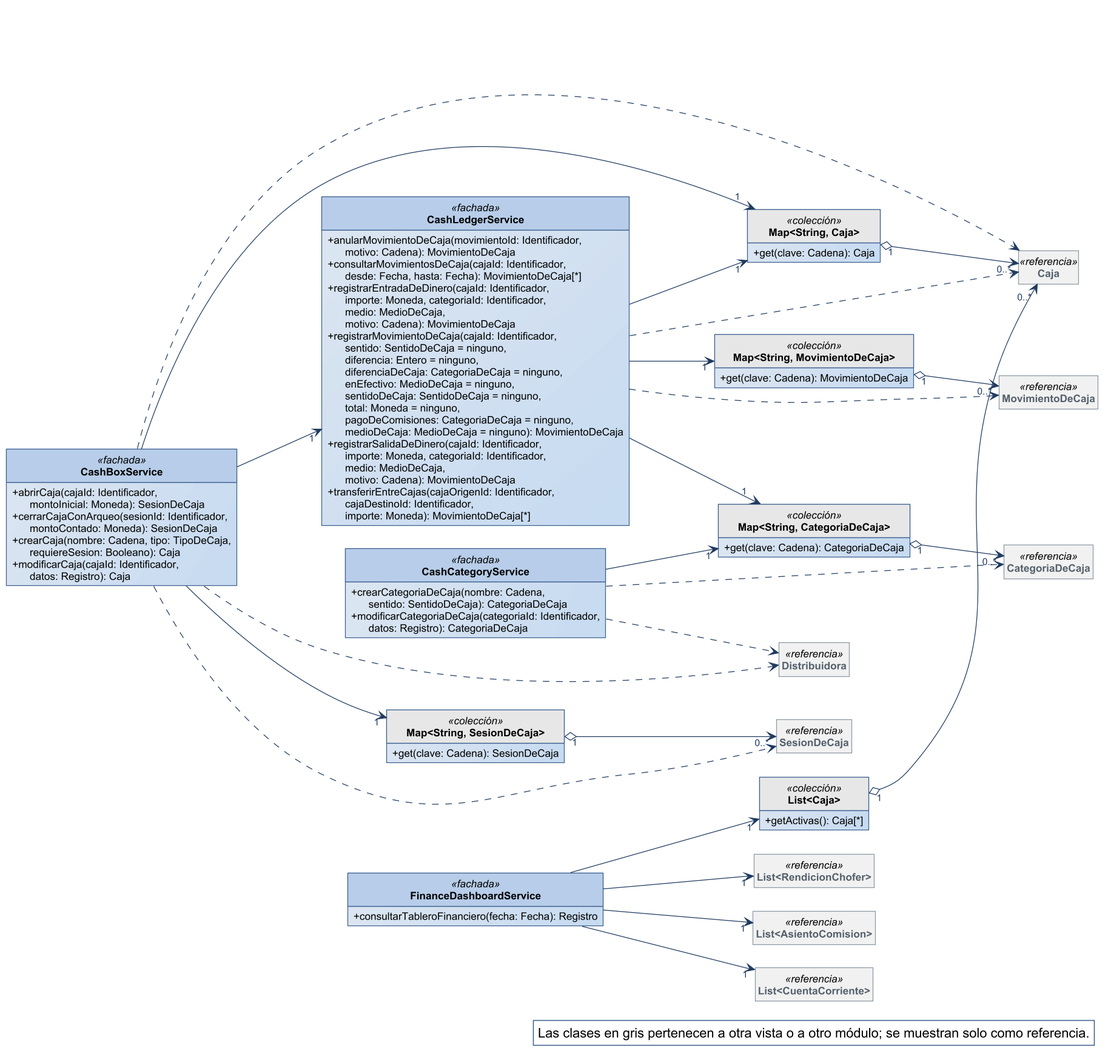
The PlantUML diagram diagramas/clases-diseno/DC_Mod_Caja.png in Nahuelito-Dev/splg-docs, before a commit.
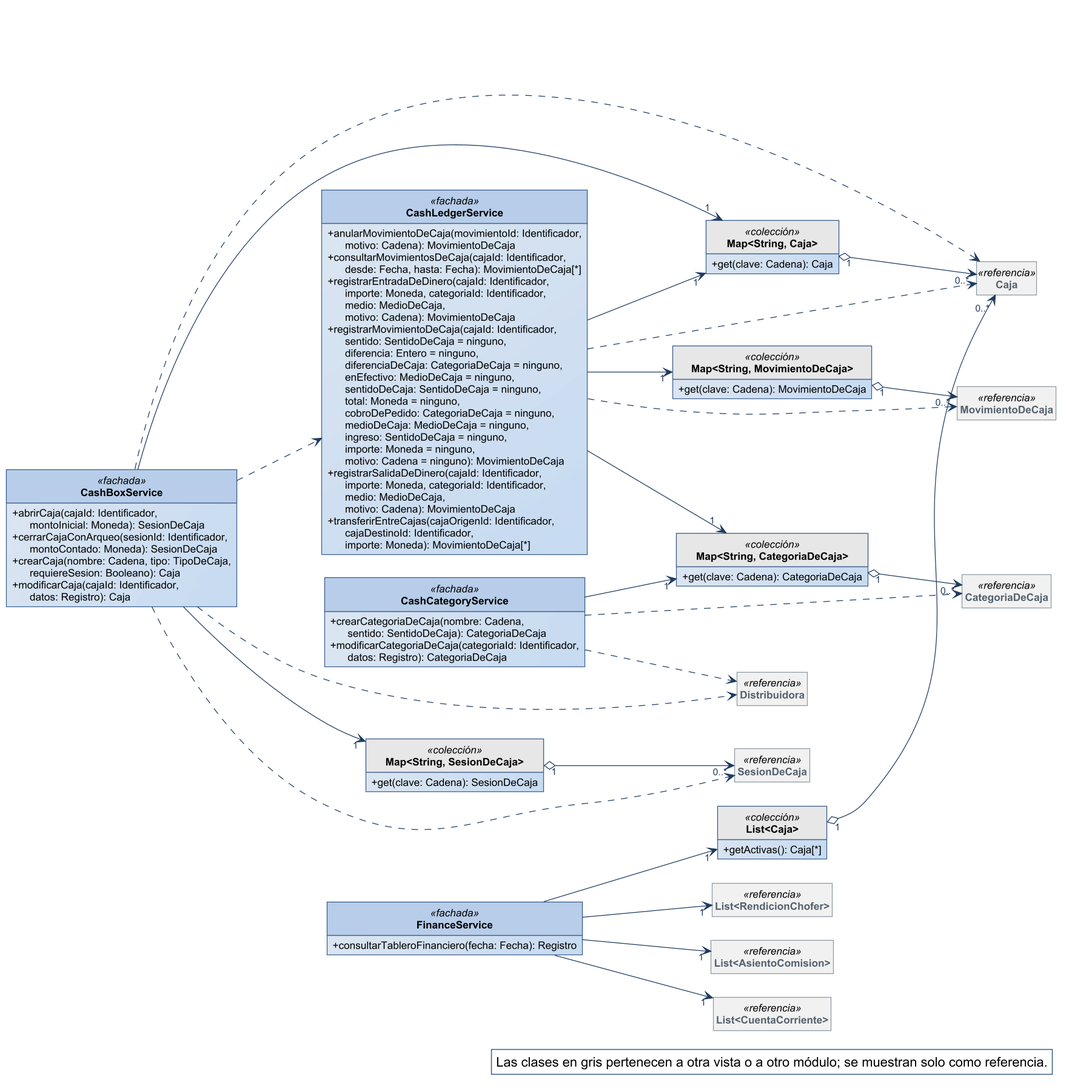
After the commit.

The edit, as a diff of the source:
```diff
@@ -40,7 +40,7 @@
   + anularMovimientoDeCaja(movimientoId: Identificador,\n      motivo: Cadena): MovimientoDeCaja
   + consultarMovimientosDeCaja(cajaId: Identificador,\n      desde: Fecha, hasta: Fecha): MovimientoDeCaja[*]
   + registrarEntradaDeDinero(cajaId: Identificador,\n      importe: Moneda, categoriaId: Identificador,\n      medio: MedioDeCaja,\n      motivo: Cadena): MovimientoDeCaja
-  + registrarMovimientoDeCaja(cajaId: Identificador,\n      sentido: SentidoDeCaja = ninguno,\n      diferencia: Entero = ninguno,\n      diferenciaDeCaja: CategoriaDeCaja = ninguno,\n      enEfectivo: MedioDeCaja = ninguno,\n      sentidoDeCaja: SentidoDeCaja = ninguno,\n      total: Moneda = ninguno,\n      pagoDeComisiones: CategoriaDeCaja = ninguno,\n      medioDeCaja: MedioDeCaja = ninguno): MovimientoDeCaja
+  + registrarMovimientoDeCaja(cajaId: Identificador,\n      sentido: SentidoDeCaja = ninguno,\n      diferencia: Entero = ninguno,\n      diferenciaDeCaja: CategoriaDeCaja = ninguno,\n      enEfectivo: MedioDeCaja = ninguno,\n      sentidoDeCaja: SentidoDeCaja = ninguno,\n      total: Moneda = ninguno,\n      cobroDePedido: CategoriaDeCaja = ninguno,\n      medioDeCaja: MedioDeCaja = ninguno,\n      ingreso: SentidoDeCaja = ninguno,\n      importe: Moneda = ninguno,\n      motivo: Cadena = ninguno): MovimientoDeCaja
   + registrarSalidaDeDinero(cajaId: Identificador,\n      importe: Moneda, categoriaId: Identificador,\n      medio: MedioDeCaja,\n      motivo: Cadena): MovimientoDeCaja
   + transferirEntreCajas(cajaOrigenId: Identificador,\n      cajaDestinoId: Identificador,\n      importe: Moneda): MovimientoDeCaja[*]
 }
@@ -48,7 +48,7 @@
   + crearCategoriaDeCaja(nombre: Cadena,\n      sentido: SentidoDeCaja): CategoriaDeCaja
   + modificarCategoriaDeCaja(categoriaId: Identificador,\n      datos: Registro): CategoriaDeCaja
 }
-class FinanceDashboardService <<fachada>> {
+class FinanceService <<fachada>> {
   + consultarTableroFinanciero(fecha: Fecha): Registro
 }
 class "Map<String, Caja>" as Map_String_Caja <<colección>> {
@@ -80,18 +80,18 @@
 Map_String_CategoriaDeCaja "1" o--> "0..*" CategoriaDeCaja
 Map_String_MovimientoDeCaja "1" o--> "0..*" MovimientoDeCaja
 List_Caja "1" o--> "0..*" Caja
-CashBoxService --> "1" CashLedgerService
 CashBoxService --> "1" Map_String_Caja
 CashBoxService --> "1" Map_String_SesionDeCaja
 CashCategoryService --> "1" Map_String_CategoriaDeCaja
 CashLedgerService --> "1" Map_String_Caja
 CashLedgerService --> "1" Map_String_CategoriaDeCaja
 CashLedgerService --> "1" Map_String_MovimientoDeCaja
-FinanceDashboardService --> "1" List_AsientoComision
-FinanceDashboardService --> "1" List_Caja
-FinanceDashboardService --> "1" List_CuentaCorriente
-FinanceDashboardService --> "1" List_RendicionChofer
+FinanceService --> "1" List_AsientoComision
+FinanceService --> "1" List_Caja
+FinanceService --> "1" List_CuentaCorriente
+FinanceService --> "1" List_RendicionChofer
 CashBoxService ..> Caja
+CashBoxService ..> CashLedgerService
 CashBoxService ..> Distribuidora
 CashBoxService ..> SesionDeCaja
 CashCategoryService ..> CategoriaDeCaja
```
